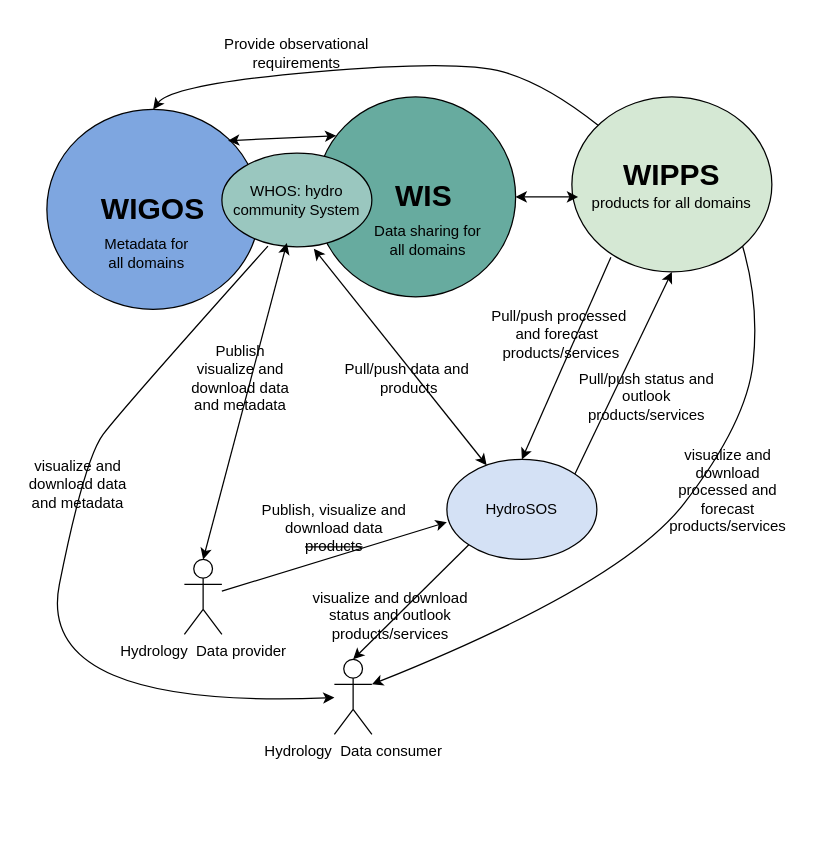
The draw.io diagram page "Y_Copy of WHOS as full part of WMO System_Yirgalem" (2 of 9) of whos-architecture/WHOS New.drawio in wmo-im/tt-w4h, before the edit. Source tidied: cells renumbered, new cells numbered last; positions are measured from the earlier drawing's top-left corner, leaving out a move shared by most shapes. Both pictures are drawn from the tidied source at 125%, with x=0, y=0 at pixel (21, 21).
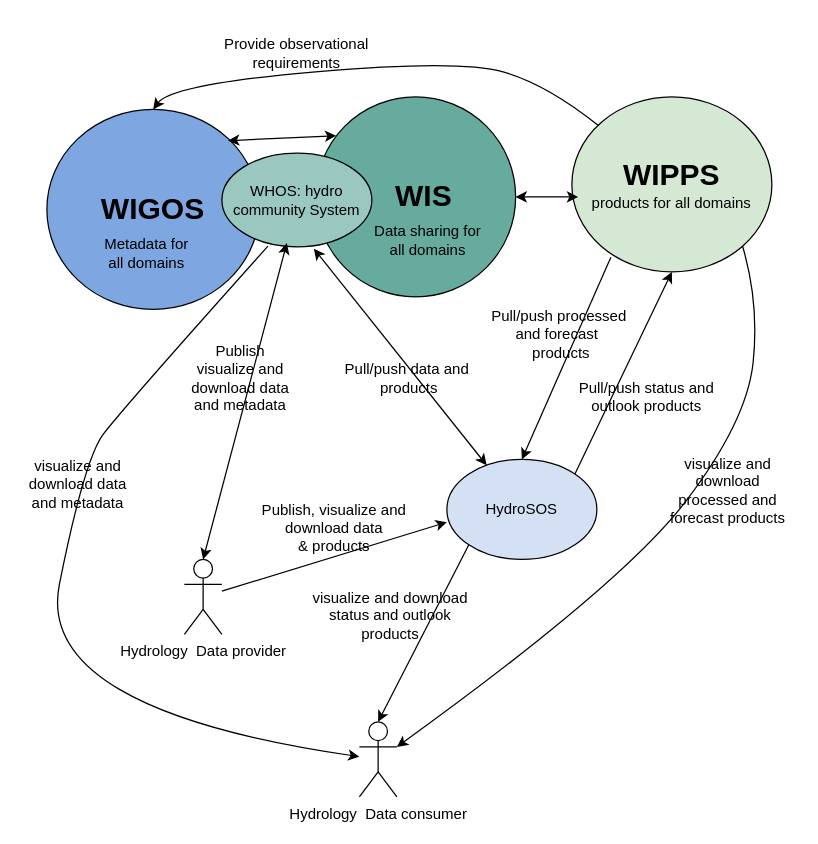
The same diagram, later.

Diff of the diagram source:
```diff
@@
     <mxCell id="6" value="Hydrology&amp;nbsp; Data consumer" style="shape=umlActor;verticalLabelPosition=bottom;verticalAlign=top;html=1;outlineConnect=0;" parent="1" vertex="1">
-      <mxGeometry x="250" y="510" width="30" height="60" as="geometry" />
+      <mxGeometry x="270" y="560" width="30" height="60" as="geometry" />
     </mxCell>
@@
-    <mxCell id="18" value="Publish, visualize and download data &lt;strike&gt;products&lt;/strike&gt;" style="text;html=1;whiteSpace=wrap;strokeColor=none;fillColor=none;align=center;verticalAlign=middle;rounded=0;" parent="1" vertex="1">
+    <mxCell id="18" value="Publish, visualize and download data &amp;amp;&amp;nbsp;products" style="text;html=1;whiteSpace=wrap;strokeColor=none;fillColor=none;align=center;verticalAlign=middle;rounded=0;" parent="1" vertex="1">
       <mxGeometry x="190" y="380" width="120" height="50" as="geometry" />
     </mxCell>
@@
-    <mxCell id="20" value="Pull/push processed and forecast&amp;nbsp; &amp;nbsp;products/services" style="text;html=1;whiteSpace=wrap;strokeColor=none;fillColor=none;align=center;verticalAlign=middle;rounded=0;" parent="1" vertex="1">
+    <mxCell id="20" value="Pull/push processed and forecast&amp;nbsp; &amp;nbsp;products" style="text;html=1;whiteSpace=wrap;strokeColor=none;fillColor=none;align=center;verticalAlign=middle;rounded=0;" parent="1" vertex="1">
       <mxGeometry x="370" y="225" width="120" height="50" as="geometry" />
     </mxCell>
@@
-    <mxCell id="23" value="visualize and download processed and forecast products/services" style="text;html=1;whiteSpace=wrap;strokeColor=none;fillColor=none;align=center;verticalAlign=middle;rounded=0;" parent="1" vertex="1">
+    <mxCell id="23" value="visualize and download processed and forecast products" style="text;html=1;whiteSpace=wrap;strokeColor=none;fillColor=none;align=center;verticalAlign=middle;rounded=0;" parent="1" vertex="1">
       <mxGeometry x="510" y="350" width="110" height="50" as="geometry" />
     </mxCell>
-    <mxCell id="24" value="visualize and download status and outlook products/services" style="text;html=1;whiteSpace=wrap;strokeColor=none;fillColor=none;align=center;verticalAlign=middle;rounded=0;" parent="1" vertex="1">
+    <mxCell id="24" value="visualize and download status and outlook products" style="text;html=1;whiteSpace=wrap;strokeColor=none;fillColor=none;align=center;verticalAlign=middle;rounded=0;" parent="1" vertex="1">
       <mxGeometry x="230" y="450" width="130" height="50" as="geometry" />
     </mxCell>
@@
-    <mxCell id="29" value="Pull/push status and outlook products/services" style="text;html=1;whiteSpace=wrap;strokeColor=none;fillColor=none;align=center;verticalAlign=middle;rounded=0;" parent="1" vertex="1">
+    <mxCell id="29" value="Pull/push status and outlook products" style="text;html=1;whiteSpace=wrap;strokeColor=none;fillColor=none;align=center;verticalAlign=middle;rounded=0;" parent="1" vertex="1">
       <mxGeometry x="440" y="275" width="120" height="50" as="geometry" />
     </mxCell>
```
